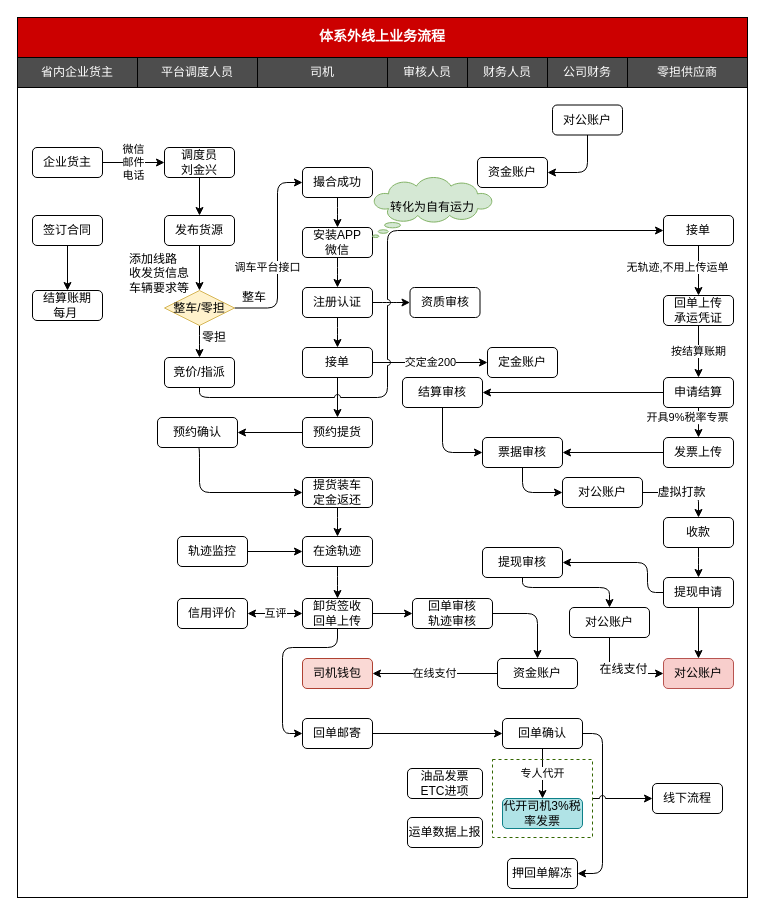
Earlier version of the draw.io diagram 体系外线上业务流程.drawio (chenyibang/rdpwrap). Source tidied: cells renumbered, new cells numbered last; positions are measured from the earlier drawing's top-left corner, leaving out a move shared by most shapes. Both pictures are drawn from the tidied source at 100%, with x=0, y=0 at pixel (17, 17).
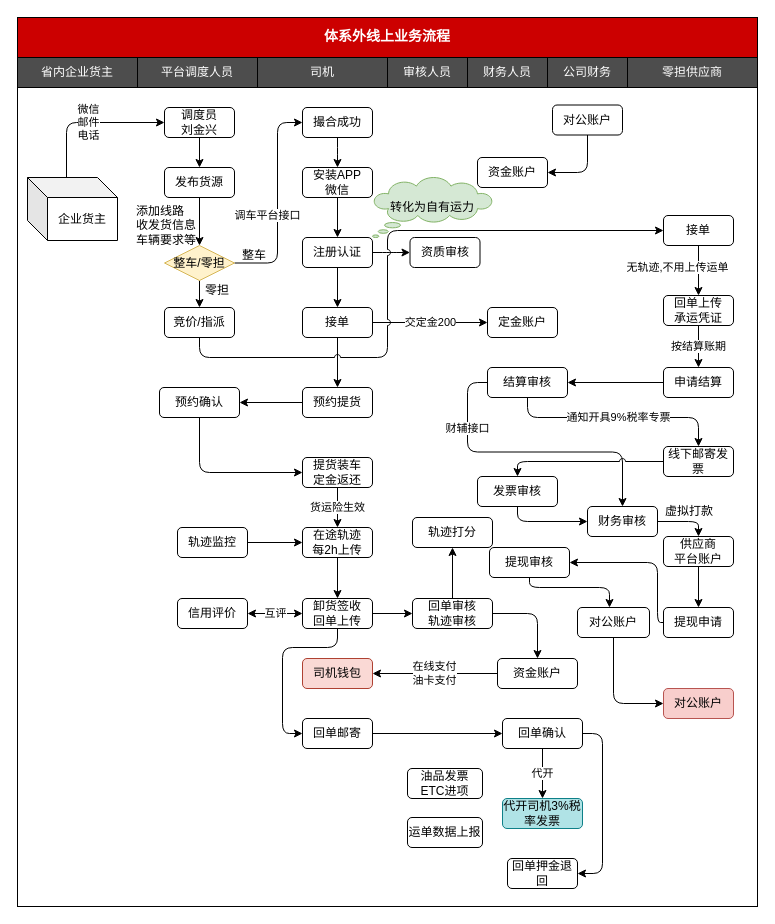
The same diagram, later.

Commit message (it also covers changes not shown here):
更新体系外线上业务流程.drawio

The change refers to these unchanged cells:
```xml
<mxCell id="41" value="回单审核&lt;br&gt;轨迹审核" style="rounded=1;whiteSpace=wrap;html=1;" parent="1" vertex="1">
  <mxGeometry x="395" y="581" width="80" height="30" as="geometry" />
</mxCell>
<mxCell id="42" value="司机钱包" style="rounded=1;whiteSpace=wrap;html=1;fillColor=#fad9d5;strokeColor=#ae4132;" parent="1" vertex="1">
  <mxGeometry x="285" y="641" width="70" height="30" as="geometry" />
</mxCell>
<mxCell id="47" value="回单确认" style="rounded=1;whiteSpace=wrap;html=1;" parent="1" vertex="1">
  <mxGeometry x="485" y="701" width="80" height="30" as="geometry" />
</mxCell>
<mxCell id="48" value="代开司机3%税率发票" style="rounded=1;whiteSpace=wrap;html=1;fillColor=#b0e3e6;strokeColor=#0e8088;" parent="1" vertex="1">
  <mxGeometry x="485" y="781" width="80" height="30" as="geometry" />
</mxCell>
<mxCell id="69" value="资金账户" style="rounded=1;whiteSpace=wrap;html=1;" parent="1" vertex="1">
  <mxGeometry x="480" y="641" width="80" height="30" as="geometry" />
</mxCell>
<mxCell id="74" value="接单" style="rounded=1;whiteSpace=wrap;html=1;" parent="1" vertex="1">
  <mxGeometry x="646" y="198" width="70" height="30" as="geometry" />
</mxCell>
<mxCell id="97" style="edgeStyle=orthogonalEdgeStyle;rounded=1;jumpStyle=arc;jettySize=auto;html=1;entryX=0;entryY=0.5;entryDx=0;entryDy=0;startArrow=none;startFill=0;endArrow=classic;endFill=1;exitX=0.5;exitY=1;exitDx=0;exitDy=0;" parent="1" edge="1" source="99" target="34">
  <mxGeometry relative="1" as="geometry" />
</mxCell>
```

Diff of the diagram source:
```diff
@@
     <mxCell id="2" style="rounded=0;whiteSpace=wrap;html=1;fontFamily=Courier New;fillColor=none;" parent="1" vertex="1">
-      <mxGeometry y="70" width="730" height="810" as="geometry" />
+      <mxGeometry y="40" width="740" height="849" as="geometry" />
     </mxCell>
@@
     <mxCell id="6" value="体系外线上业务流程" style="rounded=0;whiteSpace=wrap;html=1;fillColor=#CC0000;fontColor=#FFFFFF;fontSize=14;fontStyle=1;fontFamily=Courier New;" parent="1" vertex="1">
-      <mxGeometry width="730" height="40" as="geometry" />
+      <mxGeometry width="740" height="40" as="geometry" />
     </mxCell>
-    <mxCell id="7" value="微信&lt;br&gt;邮件&lt;br&gt;电话" style="edgeStyle=orthogonalEdgeStyle;rounded=1;jumpStyle=arc;jettySize=auto;html=1;entryX=0;entryY=0.5;entryDx=0;entryDy=0;startArrow=none;startFill=0;endArrow=classic;endFill=1;" parent="1" edge="1" source="8" target="11">
-      <mxGeometry relative="1" as="geometry" />
+    <mxCell id="7" value="微信&lt;br&gt;邮件&lt;br&gt;电话" style="edgeStyle=orthogonalEdgeStyle;rounded=1;jumpStyle=arc;jettySize=auto;html=1;entryX=0;entryY=0.5;entryDx=0;entryDy=0;startArrow=none;startFill=0;endArrow=classic;endFill=1;" parent="1" edge="1" target="11">
+      <mxGeometry relative="1" as="geometry">
+        <mxPoint x="49" y="160" as="sourcePoint" />
+        <Array as="points">
+          <mxPoint x="49" y="105" />
+        </Array>
+      </mxGeometry>
     </mxCell>
-    <mxCell id="8" value="企业货主" style="rounded=1;whiteSpace=wrap;html=1;" parent="1" vertex="1">
-      <mxGeometry x="15" y="130" width="70" height="30" as="geometry" />
-    </mxCell>
@@
     <mxCell id="11" value="调度员&lt;br&gt;刘金兴" style="rounded=1;whiteSpace=wrap;html=1;" parent="1" vertex="1">
-      <mxGeometry x="147" y="130" width="70" height="30" as="geometry" />
+      <mxGeometry x="147" y="90" width="70" height="30" as="geometry" />
     </mxCell>
     <mxCell id="12" value="零担供应商" style="rounded=0;whiteSpace=wrap;html=1;fillColor=#4D4D4D;fontColor=#FFFFFF;" parent="1" vertex="1">
-      <mxGeometry x="610" y="40" width="120" height="30" as="geometry" />
+      <mxGeometry x="610" y="40" width="130" height="30" as="geometry" />
     </mxCell>
@@
-    <mxCell id="15" value="开具9%税率专票" style="edgeStyle=orthogonalEdgeStyle;rounded=1;jumpStyle=arc;jettySize=auto;html=1;" parent="1" edge="1" source="16" target="82">
-      <mxGeometry x="0.2" y="-11" relative="1" as="geometry" />
+    <mxCell id="15" value="通知开具9%税率专票" style="edgeStyle=orthogonalEdgeStyle;rounded=1;jumpStyle=arc;jettySize=auto;html=1;exitX=0.5;exitY=1;exitDx=0;exitDy=0;" parent="1" edge="1" source="18" target="82">
+      <mxGeometry x="0.01" relative="1" as="geometry">
+        <Array as="points">
+          <mxPoint x="510" y="400" />
+          <mxPoint x="681" y="400" />
+        </Array>
+      </mxGeometry>
     </mxCell>
     <mxCell id="16" value="申请结算" style="rounded=1;whiteSpace=wrap;html=1;" parent="1" vertex="1">
-      <mxGeometry x="646" y="360" width="70" height="30" as="geometry" />
+      <mxGeometry x="646" y="350" width="70" height="30" as="geometry" />
     </mxCell>
-    <mxCell id="17" style="edgeStyle=orthogonalEdgeStyle;rounded=1;jumpStyle=arc;jettySize=auto;html=1;entryX=0;entryY=0.5;entryDx=0;entryDy=0;exitX=0.5;exitY=1;exitDx=0;exitDy=0;" parent="1" edge="1" source="18" target="36">
-      <mxGeometry relative="1" as="geometry" />
-    </mxCell>
+    <mxCell id="104" value="财辅接口" style="edgeStyle=orthogonalEdgeStyle;rounded=1;jumpStyle=arc;jettySize=auto;html=1;entryX=0.5;entryY=0;entryDx=0;entryDy=0;exitX=0;exitY=0.5;exitDx=0;exitDy=0;" parent="1" edge="1" source="18" target="85">
+      <mxGeometry x="-0.56" relative="1" as="geometry" />
+    </mxCell>
     <mxCell id="18" value="结算审核" style="rounded=1;whiteSpace=wrap;html=1;" parent="1" vertex="1">
-      <mxGeometry x="385" y="360" width="80" height="30" as="geometry" />
+      <mxGeometry x="470" y="350" width="80" height="30" as="geometry" />
     </mxCell>
-    <mxCell id="19" style="edgeStyle=orthogonalEdgeStyle;rounded=1;jumpStyle=arc;jettySize=auto;html=1;entryX=0.5;entryY=0;entryDx=0;entryDy=0;startArrow=none;startFill=0;endArrow=classic;endFill=1;" parent="1" edge="1" source="20" target="91">
-      <mxGeometry relative="1" as="geometry" />
-    </mxCell>
-    <mxCell id="20" value="签订合同" style="rounded=1;whiteSpace=wrap;html=1;" parent="1" vertex="1">
-      <mxGeometry x="15" y="198" width="70" height="30" as="geometry" />
-    </mxCell>
@@
     <mxCell id="22" value="撮合成功" style="rounded=1;whiteSpace=wrap;html=1;" parent="1" vertex="1">
-      <mxGeometry x="285" y="150" width="70" height="30" as="geometry" />
+      <mxGeometry x="285" y="90" width="70" height="30" as="geometry" />
     </mxCell>
@@
     <mxCell id="25" value="注册认证" style="rounded=1;whiteSpace=wrap;html=1;" parent="1" vertex="1">
-      <mxGeometry x="285" y="270" width="70" height="30" as="geometry" />
+      <mxGeometry x="285" y="220" width="70" height="30" as="geometry" />
     </mxCell>
@@
-    <mxCell id="29" style="edgeStyle=orthogonalEdgeStyle;rounded=1;jumpStyle=arc;jettySize=auto;html=1;startArrow=none;startFill=0;endArrow=classic;endFill=1;" parent="1" edge="1" source="30" target="33">
+    <mxCell id="29" style="edgeStyle=orthogonalEdgeStyle;rounded=1;jumpStyle=arc;jettySize=auto;html=1;entryX=0.5;entryY=0;entryDx=0;entryDy=0;" parent="1" edge="1" source="30" target="33">
       <mxGeometry relative="1" as="geometry" />
     </mxCell>
-    <mxCell id="30" value="收款" style="rounded=1;whiteSpace=wrap;html=1;" parent="1" vertex="1">
-      <mxGeometry x="646" y="500" width="70" height="30" as="geometry" />
+    <mxCell id="30" value="供应商&lt;br&gt;平台账户" style="rounded=1;whiteSpace=wrap;html=1;" parent="1" vertex="1">
+      <mxGeometry x="646" y="519" width="70" height="30" as="geometry" />
     </mxCell>
-    <mxCell id="31" style="edgeStyle=orthogonalEdgeStyle;rounded=1;jumpStyle=arc;jettySize=auto;html=1;entryX=1;entryY=0.5;entryDx=0;entryDy=0;startArrow=none;startFill=0;endArrow=classic;endFill=1;" parent="1" edge="1" source="33" target="96">
+    <mxCell id="31" style="edgeStyle=orthogonalEdgeStyle;rounded=1;jumpStyle=arc;jettySize=auto;html=1;entryX=1;entryY=0.5;entryDx=0;entryDy=0;startArrow=none;startFill=0;endArrow=classic;endFill=1;exitX=0;exitY=0.5;exitDx=0;exitDy=0;" parent="1" edge="1" source="33" target="96">
       <mxGeometry relative="1" as="geometry">
         <Array as="points">
-          <mxPoint x="630" y="575" />
-          <mxPoint x="630" y="545" />
+          <mxPoint x="640" y="605" />
+          <mxPoint x="640" y="545" />
         </Array>
       </mxGeometry>
     </mxCell>
-    <mxCell id="32" style="edgeStyle=orthogonalEdgeStyle;rounded=1;jumpStyle=arc;jettySize=auto;html=1;startArrow=none;startFill=0;endArrow=classic;endFill=1;" parent="1" edge="1" source="33" target="34">
-      <mxGeometry relative="1" as="geometry" />
-    </mxCell>
     <mxCell id="33" value="提现申请" style="rounded=1;whiteSpace=wrap;html=1;" parent="1" vertex="1">
-      <mxGeometry x="646" y="560" width="70" height="30" as="geometry" />
+      <mxGeometry x="646" y="590" width="70" height="30" as="geometry" />
     </mxCell>
     <mxCell id="34" value="对公账户" style="rounded=1;whiteSpace=wrap;html=1;fillColor=#f8cecc;strokeColor=#b85450;" parent="1" vertex="1">
-      <mxGeometry x="646" y="641" width="70" height="30" as="geometry" />
+      <mxGeometry x="646" y="671" width="70" height="30" as="geometry" />
     </mxCell>
-    <mxCell id="35" style="edgeStyle=orthogonalEdgeStyle;rounded=1;jumpStyle=arc;jettySize=auto;html=1;exitX=0.5;exitY=1;exitDx=0;exitDy=0;entryX=0;entryY=0.5;entryDx=0;entryDy=0;" parent="1" edge="1" source="36" target="85">
-      <mxGeometry relative="1" as="geometry" />
+    <mxCell id="35" style="edgeStyle=orthogonalEdgeStyle;rounded=1;jumpStyle=arc;jettySize=auto;html=1;entryX=0;entryY=0.5;entryDx=0;entryDy=0;exitX=0.5;exitY=1;exitDx=0;exitDy=0;" parent="1" edge="1" source="36" target="85">
+      <mxGeometry relative="1" as="geometry">
+        <Array as="points">
+          <mxPoint x="500" y="504" />
+        </Array>
+      </mxGeometry>
     </mxCell>
-    <mxCell id="36" value="票据审核" style="rounded=1;whiteSpace=wrap;html=1;" parent="1" vertex="1">
-      <mxGeometry x="465" y="420" width="80" height="30" as="geometry" />
+    <mxCell id="36" value="发票审核" style="rounded=1;whiteSpace=wrap;html=1;" parent="1" vertex="1">
+      <mxGeometry x="460" y="459" width="80" height="30" as="geometry" />
     </mxCell>
     <mxCell id="37" value="调车平台接口" style="edgeStyle=orthogonalEdgeStyle;rounded=1;jettySize=auto;html=1;entryX=0;entryY=0.5;entryDx=0;entryDy=0;exitX=1;exitY=0.5;exitDx=0;exitDy=0;" parent="1" edge="1" source="39" target="22">
       <mxGeometry x="-0.13" y="10" relative="1" as="geometry">
         <Array as="points">
-          <mxPoint x="217" y="290" />
-          <mxPoint x="260" y="290" />
-          <mxPoint x="260" y="165" />
+          <mxPoint x="260" y="246" />
+          <mxPoint x="260" y="105" />
         </Array>
       </mxGeometry>
     </mxCell>
@@
     <mxCell id="39" value="整车/零担" style="rhombus;whiteSpace=wrap;html=1;strokeColor=#d6b656;fillColor=#fff2cc;" parent="1" vertex="1">
-      <mxGeometry x="147" y="273" width="70" height="35" as="geometry" />
+      <mxGeometry x="147" y="228" width="70" height="35" as="geometry" />
     </mxCell>
@@
+    <mxCell id="105" style="edgeStyle=orthogonalEdgeStyle;rounded=1;jumpStyle=arc;jettySize=auto;html=1;" parent="1" edge="1" source="41" target="106">
+      <mxGeometry relative="1" as="geometry" />
+    </mxCell>
@@
+    <mxCell id="106" value="轨迹打分" style="rounded=1;whiteSpace=wrap;html=1;" parent="1" vertex="1">
+      <mxGeometry x="395" y="500" width="80" height="30" as="geometry" />
+    </mxCell>
@@
-    <mxCell id="45" value="专人代开" style="edgeStyle=orthogonalEdgeStyle;rounded=1;comic=0;jumpStyle=gap;jumpSize=6;jettySize=auto;html=1;shadow=0;startArrow=none;startFill=0;strokeColor=#000000;" parent="1" edge="1" source="47" target="48">
+    <mxCell id="45" value="代开" style="edgeStyle=orthogonalEdgeStyle;rounded=1;comic=0;jumpStyle=gap;jumpSize=6;jettySize=auto;html=1;shadow=0;startArrow=none;startFill=0;strokeColor=#000000;" parent="1" edge="1" source="47" target="48">
       <mxGeometry relative="1" as="geometry" />
     </mxCell>
@@
     <mxCell id="50" value="发布货源" style="rounded=1;whiteSpace=wrap;html=1;" parent="1" vertex="1">
-      <mxGeometry x="147" y="198" width="70" height="30" as="geometry" />
+      <mxGeometry x="147" y="150" width="70" height="30" as="geometry" />
     </mxCell>
     <mxCell id="51" value="整车" style="text;html=1;strokeColor=none;fillColor=none;align=center;verticalAlign=middle;whiteSpace=wrap;rounded=0;" parent="1" vertex="1">
-      <mxGeometry x="217" y="270" width="40" height="20" as="geometry" />
+      <mxGeometry x="217" y="228" width="40" height="20" as="geometry" />
     </mxCell>
@@
     <mxCell id="53" value="安装APP&lt;br&gt;微信" style="rounded=1;whiteSpace=wrap;html=1;" parent="1" vertex="1">
-      <mxGeometry x="285" y="210" width="70" height="30" as="geometry" />
+      <mxGeometry x="285" y="150" width="70" height="30" as="geometry" />
     </mxCell>
     <mxCell id="54" value="资质审核" style="rounded=1;whiteSpace=wrap;html=1;" parent="1" vertex="1">
-      <mxGeometry x="392.5" y="270" width="70" height="30" as="geometry" />
+      <mxGeometry x="392.5" y="220" width="70" height="30" as="geometry" />
     </mxCell>
@@
     <mxCell id="57" value="接单" style="rounded=1;whiteSpace=wrap;html=1;" parent="1" vertex="1">
-      <mxGeometry x="285" y="330" width="70" height="30" as="geometry" />
+      <mxGeometry x="285" y="290" width="70" height="30" as="geometry" />
     </mxCell>
@@
     <mxCell id="59" value="预约提货" style="rounded=1;whiteSpace=wrap;html=1;" parent="1" vertex="1">
-      <mxGeometry x="285" y="400" width="70" height="30" as="geometry" />
+      <mxGeometry x="285" y="370" width="70" height="30" as="geometry" />
     </mxCell>
@@
     <mxCell id="61" value="预约确认" style="rounded=1;whiteSpace=wrap;html=1;" parent="1" vertex="1">
-      <mxGeometry x="140" y="400" width="80" height="30" as="geometry" />
+      <mxGeometry x="142" y="370" width="80" height="30" as="geometry" />
     </mxCell>
     <mxCell id="62" value="定金账户" style="rounded=1;whiteSpace=wrap;html=1;" parent="1" vertex="1">
-      <mxGeometry x="470" y="330" width="70" height="30" as="geometry" />
+      <mxGeometry x="470" y="290" width="70" height="30" as="geometry" />
     </mxCell>
-    <mxCell id="63" style="edgeStyle=orthogonalEdgeStyle;rounded=1;jettySize=auto;html=1;" parent="1" edge="1" source="64" target="66">
+    <mxCell id="63" value="货运险生效" style="edgeStyle=orthogonalEdgeStyle;rounded=1;jettySize=auto;html=1;" parent="1" edge="1" source="64" target="66">
       <mxGeometry relative="1" as="geometry" />
     </mxCell>
     <mxCell id="64" value="提货装车&lt;br&gt;定金返还" style="rounded=1;whiteSpace=wrap;html=1;" parent="1" vertex="1">
-      <mxGeometry x="285" y="460" width="70" height="30" as="geometry" />
+      <mxGeometry x="285" y="440" width="70" height="30" as="geometry" />
     </mxCell>
@@
-    <mxCell id="66" value="在途轨迹" style="rounded=1;whiteSpace=wrap;html=1;" parent="1" vertex="1">
-      <mxGeometry x="285" y="519" width="70" height="30" as="geometry" />
+    <mxCell id="66" value="在途轨迹&lt;br&gt;每2h上传" style="rounded=1;whiteSpace=wrap;html=1;" parent="1" vertex="1">
+      <mxGeometry x="285" y="510" width="70" height="30" as="geometry" />
     </mxCell>
@@
-    <mxCell id="68" value="在线支付" style="edgeStyle=orthogonalEdgeStyle;rounded=1;jettySize=auto;html=1;" parent="1" edge="1" source="69" target="42">
+    <mxCell id="68" value="在线支付&lt;br&gt;油卡支付" style="edgeStyle=orthogonalEdgeStyle;rounded=1;jettySize=auto;html=1;" parent="1" edge="1" source="69" target="42">
       <mxGeometry relative="1" as="geometry" />
     </mxCell>
@@
-    <mxCell id="70" value="押回单解冻" style="rounded=1;whiteSpace=wrap;html=1;" parent="1" vertex="1">
+    <mxCell id="70" value="回单押金退回" style="rounded=1;whiteSpace=wrap;html=1;" parent="1" vertex="1">
       <mxGeometry x="490" y="841" width="70" height="30" as="geometry" />
     </mxCell>
     <mxCell id="71" value="添加线路&lt;br&gt;收发货信息&lt;br&gt;车辆要求等" style="text;html=1;" parent="1" vertex="1">
-      <mxGeometry x="110" y="228" width="60" height="30" as="geometry" />
+      <mxGeometry x="117" y="180" width="60" height="30" as="geometry" />
     </mxCell>
@@
     <mxCell id="75" value="零担" style="text;html=1;strokeColor=none;fillColor=none;align=center;verticalAlign=middle;whiteSpace=wrap;rounded=0;" parent="1" vertex="1">
-      <mxGeometry x="177" y="310" width="40" height="20" as="geometry" />
+      <mxGeometry x="180" y="263" width="40" height="20" as="geometry" />
     </mxCell>
@@
     <mxCell id="77" style="edgeStyle=orthogonalEdgeStyle;rounded=1;jumpStyle=arc;jettySize=auto;html=1;entryX=0;entryY=0.5;entryDx=0;entryDy=0;startArrow=none;startFill=0;exitX=0.5;exitY=1;exitDx=0;exitDy=0;" parent="1" edge="1" source="78" target="74">
       <mxGeometry relative="1" as="geometry">
         <Array as="points">
-          <mxPoint x="182" y="380" />
-          <mxPoint x="370" y="380" />
+          <mxPoint x="182" y="340" />
+          <mxPoint x="370" y="340" />
           <mxPoint x="370" y="213" />
         </Array>
       </mxGeometry>
     </mxCell>
     <mxCell id="78" value="竞价/指派" style="rounded=1;whiteSpace=wrap;html=1;" parent="1" vertex="1">
-      <mxGeometry x="147" y="340" width="70" height="30" as="geometry" />
+      <mxGeometry x="147" y="290" width="70" height="30" as="geometry" />
     </mxCell>
@@
     <mxCell id="80" value="轨迹监控" style="rounded=1;whiteSpace=wrap;html=1;" parent="1" vertex="1">
-      <mxGeometry x="160" y="519" width="70" height="30" as="geometry" />
+      <mxGeometry x="160" y="510" width="70" height="30" as="geometry" />
     </mxCell>
-    <mxCell id="81" style="edgeStyle=orthogonalEdgeStyle;rounded=1;jumpStyle=arc;jettySize=auto;html=1;entryX=1;entryY=0.5;entryDx=0;entryDy=0;" parent="1" edge="1" source="82" target="36">
-      <mxGeometry relative="1" as="geometry" />
+    <mxCell id="81" style="edgeStyle=orthogonalEdgeStyle;rounded=1;jumpStyle=arc;jettySize=auto;html=1;entryX=0.5;entryY=0;entryDx=0;entryDy=0;exitX=0;exitY=0.5;exitDx=0;exitDy=0;" parent="1" edge="1" source="82" target="36">
+      <mxGeometry relative="1" as="geometry">
+        <Array as="points">
+          <mxPoint x="500" y="444" />
+        </Array>
+      </mxGeometry>
     </mxCell>
-    <mxCell id="82" value="发票上传" style="rounded=1;whiteSpace=wrap;html=1;" parent="1" vertex="1">
-      <mxGeometry x="646" y="420" width="70" height="30" as="geometry" />
+    <mxCell id="82" value="线下邮寄发票" style="rounded=1;whiteSpace=wrap;html=1;" parent="1" vertex="1">
+      <mxGeometry x="646" y="429" width="70" height="30" as="geometry" />
     </mxCell>
-    <mxCell id="83" style="edgeStyle=orthogonalEdgeStyle;rounded=1;jumpStyle=arc;jettySize=auto;html=1;exitX=1;exitY=0.5;exitDx=0;exitDy=0;" parent="1" edge="1" source="85" target="30">
-      <mxGeometry relative="1" as="geometry" />
+    <mxCell id="83" style="edgeStyle=orthogonalEdgeStyle;rounded=1;jumpStyle=arc;jettySize=auto;html=1;entryX=0.5;entryY=0;entryDx=0;entryDy=0;" parent="1" edge="1" source="85" target="30">
+      <mxGeometry relative="1" as="geometry">
+        <Array as="points">
+          <mxPoint x="681" y="504" />
+        </Array>
+      </mxGeometry>
     </mxCell>
-    <mxCell id="84" value="虚拟打款" style="text;html=1;align=center;verticalAlign=middle;labelBackgroundColor=#ffffff;" parent="83" vertex="1">
-      <mxGeometry x="-0.05" y="1" relative="1" as="geometry" />
-    </mxCell>
-    <mxCell id="85" value="对公账户" style="rounded=1;whiteSpace=wrap;html=1;" parent="1" vertex="1">
-      <mxGeometry x="545" y="460" width="80" height="30" as="geometry" />
+    <mxCell id="85" value="财务审核" style="rounded=1;whiteSpace=wrap;html=1;" parent="1" vertex="1">
+      <mxGeometry x="570" y="489" width="70" height="30" as="geometry" />
     </mxCell>
@@
-    <mxCell id="91" value="结算账期&lt;br&gt;每月&amp;nbsp;" style="rounded=1;whiteSpace=wrap;html=1;" parent="1" vertex="1">
-      <mxGeometry x="15" y="273" width="70" height="30" as="geometry" />
-    </mxCell>
@@
     <mxCell id="95" style="edgeStyle=orthogonalEdgeStyle;rounded=1;jumpStyle=arc;jettySize=auto;html=1;startArrow=none;startFill=0;endArrow=classic;endFill=1;exitX=0.5;exitY=1;exitDx=0;exitDy=0;" parent="1" edge="1" source="96" target="99">
       <mxGeometry relative="1" as="geometry">
         <Array as="points">
-          <mxPoint x="505" y="570" />
+          <mxPoint x="512" y="570" />
           <mxPoint x="592" y="570" />
         </Array>
       </mxGeometry>
     </mxCell>
     <mxCell id="96" value="提现审核" style="rounded=1;whiteSpace=wrap;html=1;" parent="1" vertex="1">
-      <mxGeometry x="465" y="530" width="80" height="30" as="geometry" />
+      <mxGeometry x="472" y="530" width="80" height="30" as="geometry" />
     </mxCell>
@@
-    <mxCell id="98" value="在线支付" style="text;html=1;align=center;verticalAlign=middle;labelBackgroundColor=#ffffff;" parent="97" vertex="1">
-      <mxGeometry x="-0.31" y="13" relative="1" as="geometry" />
-    </mxCell>
     <mxCell id="99" value="对公账户" style="rounded=1;whiteSpace=wrap;html=1;" parent="1" vertex="1">
-      <mxGeometry x="552" y="590" width="80" height="30" as="geometry" />
+      <mxGeometry x="560" y="590" width="72" height="30" as="geometry" />
     </mxCell>
-    <mxCell id="100" style="edgeStyle=orthogonalEdgeStyle;rounded=0;jettySize=auto;html=1;entryX=0;entryY=0.5;entryDx=0;entryDy=0;jumpStyle=arc;" parent="1" edge="1" source="101" target="102">
-      <mxGeometry relative="1" as="geometry" />
-    </mxCell>
-    <mxCell id="101" style="rounded=0;whiteSpace=wrap;html=1;fillColor=none;dashed=1;strokeColor=#336600;" parent="1" vertex="1">
-      <mxGeometry x="475" y="742" width="100" height="78" as="geometry" />
-    </mxCell>
-    <mxCell id="102" value="线下流程" style="rounded=1;whiteSpace=wrap;html=1;" parent="1" vertex="1">
-      <mxGeometry x="635" y="766" width="70" height="30" as="geometry" />
-    </mxCell>
@@
+    <mxCell id="8" value="企业货主" style="shape=cube;whiteSpace=wrap;html=1;boundedLbl=1;backgroundOutline=1;darkOpacity=0.05;darkOpacity2=0.1;strokeColor=#000000;fillColor=none;" parent="1" vertex="1">
+      <mxGeometry x="10" y="160" width="90" height="63" as="geometry" />
+    </mxCell>
+    <mxCell id="84" value="虚拟打款" style="text;html=1;strokeColor=none;fillColor=none;align=center;verticalAlign=middle;whiteSpace=wrap;rounded=0;" parent="1" vertex="1">
+      <mxGeometry x="645" y="484" width="54" height="20" as="geometry" />
+    </mxCell>
```
